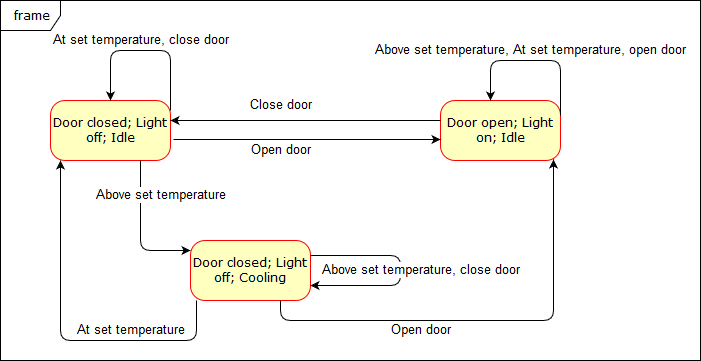
The draw.io diagram src/state diagram.png in FreezeWarp/372Groupwork-Project2, before a commit. Source tidied: cells renumbered, new cells last; positions are measured from the earlier drawing's top-left corner, leaving out a move shared by most shapes.
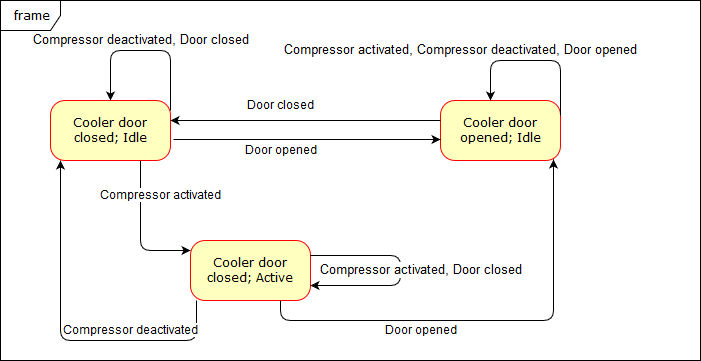
After the commit.

Commit message:
Update state table and diagram

Diff of the diagram source:
```diff
@@ -2,13 +2,13 @@
   <root>
     <mxCell id="0" />
     <mxCell id="1" parent="0" />
-    <mxCell id="2" value="Door closed; Light off; Cooling" style="rounded=1;whiteSpace=wrap;html=1;arcSize=24;fillColor=#ffffc0;strokeColor=#ff0000;shadow=0;comic=0;labelBackgroundColor=none;fontFamily=Verdana;fontSize=12;fontColor=#000000;align=center;" parent="1" vertex="1">
+    <mxCell id="2" value="Cooler door closed; Active" style="rounded=1;whiteSpace=wrap;html=1;arcSize=24;fillColor=#ffffc0;strokeColor=#ff0000;shadow=0;comic=0;labelBackgroundColor=none;fontFamily=Verdana;fontSize=12;fontColor=#000000;align=center;" parent="1" vertex="1">
       <mxGeometry x="190" y="240" width="120" height="60" as="geometry" />
     </mxCell>
-    <mxCell id="3" value="Door closed; Light off; Idle" style="rounded=1;whiteSpace=wrap;html=1;arcSize=24;fillColor=#ffffc0;strokeColor=#ff0000;shadow=0;comic=0;labelBackgroundColor=none;fontFamily=Verdana;fontSize=12;fontColor=#000000;align=center;" parent="1" vertex="1">
+    <mxCell id="3" value="Cooler door closed; Idle" style="rounded=1;whiteSpace=wrap;html=1;arcSize=24;fillColor=#ffffc0;strokeColor=#ff0000;shadow=0;comic=0;labelBackgroundColor=none;fontFamily=Verdana;fontSize=12;fontColor=#000000;align=center;" parent="1" vertex="1">
       <mxGeometry x="50" y="100" width="120" height="60" as="geometry" />
     </mxCell>
-    <mxCell id="4" value="Door open; Light on; Idle" style="rounded=1;whiteSpace=wrap;html=1;arcSize=24;fillColor=#ffffc0;strokeColor=#ff0000;shadow=0;comic=0;labelBackgroundColor=none;fontFamily=Verdana;fontSize=12;fontColor=#000000;align=center;" parent="1" vertex="1">
+    <mxCell id="4" value="Cooler door opened; Idle" style="rounded=1;whiteSpace=wrap;html=1;arcSize=24;fillColor=#ffffc0;strokeColor=#ff0000;shadow=0;comic=0;labelBackgroundColor=none;fontFamily=Verdana;fontSize=12;fontColor=#000000;align=center;" parent="1" vertex="1">
       <mxGeometry x="440" y="100" width="120" height="60" as="geometry" />
     </mxCell>
     <mxCell id="5" value="frame" style="shape=umlFrame;whiteSpace=wrap;html=1;rounded=1;shadow=0;comic=0;labelBackgroundColor=none;strokeColor=#000000;strokeWidth=1;fillColor=#ffffff;fontFamily=Verdana;fontSize=12;fontColor=#000000;align=center;" parent="1" vertex="1">
@@ -23,7 +23,7 @@
         </Array>
       </mxGeometry>
     </mxCell>
-    <mxCell id="7" value="&lt;font style=&quot;font-size: 13px&quot;&gt;At set temperature, close door&lt;br&gt;&lt;/font&gt;" style="text;html=1;align=center;verticalAlign=middle;labelBackgroundColor=#ffffff;" parent="6" vertex="1">
+    <mxCell id="7" value="&lt;font style=&quot;font-size: 13px&quot;&gt;Compressor deactivated, Door closed&lt;br&gt;&lt;/font&gt;" style="text;html=1;align=center;verticalAlign=middle;labelBackgroundColor=#ffffff;" parent="6" vertex="1">
       <mxGeometry y="4" relative="1" as="geometry">
         <mxPoint x="-5" y="-14" as="offset" />
       </mxGeometry>
@@ -37,9 +37,9 @@
         </Array>
       </mxGeometry>
     </mxCell>
-    <mxCell id="9" value="&lt;font style=&quot;font-size: 13px&quot;&gt;Above set temperature, At set temperature, open door&lt;br&gt;&lt;/font&gt;" style="text;html=1;align=center;verticalAlign=middle;labelBackgroundColor=#ffffff;" parent="8" vertex="1">
+    <mxCell id="9" value="&lt;font style=&quot;font-size: 13px&quot;&gt;Compressor activated, Compressor deactivated, Door opened&lt;br&gt;&lt;/font&gt;" style="text;html=1;align=center;verticalAlign=middle;labelBackgroundColor=#ffffff;" parent="8" vertex="1">
       <mxGeometry x="0.09" y="-1" relative="1" as="geometry">
-        <mxPoint x="5" y="-9" as="offset" />
+        <mxPoint x="-65" y="-9" as="offset" />
       </mxGeometry>
     </mxCell>
     <mxCell id="10" style="edgeStyle=segmentEdgeStyle;endArrow=classic;html=1;exitX=1;exitY=0.25;elbow=horizontal;" parent="1" edge="1" source="2" target="2">
@@ -50,7 +50,7 @@
         </Array>
       </mxGeometry>
     </mxCell>
-    <mxCell id="11" value="&lt;font style=&quot;font-size: 13px&quot;&gt;Above set temperature, close door&lt;br&gt;&lt;/font&gt;" style="text;html=1;align=center;verticalAlign=middle;labelBackgroundColor=#ffffff;" parent="10" vertex="1">
+    <mxCell id="11" value="&lt;font style=&quot;font-size: 13px&quot;&gt;Compressor activated, Door closed&lt;br&gt;&lt;/font&gt;" style="text;html=1;align=center;verticalAlign=middle;labelBackgroundColor=#ffffff;" parent="10" vertex="1">
       <mxGeometry x="-0.27" relative="1" as="geometry">
         <mxPoint x="33" y="15" as="offset" />
       </mxGeometry>
@@ -58,7 +58,7 @@
     <mxCell id="12" style="endArrow=classic;html=1;exitX=1.025;exitY=0.65;exitPerimeter=0;entryX=0;entryY=0.65;entryPerimeter=0;" parent="1" edge="1" source="3" target="4">
       <mxGeometry relative="1" as="geometry" />
     </mxCell>
-    <mxCell id="13" value="&lt;font style=&quot;font-size: 13px&quot;&gt;Open door&lt;br&gt;&lt;/font&gt;" style="text;html=1;align=center;verticalAlign=middle;labelBackgroundColor=#ffffff;" parent="12" vertex="1">
+    <mxCell id="13" value="Door opened" style="text;html=1;align=center;verticalAlign=middle;labelBackgroundColor=#ffffff;" parent="12" vertex="1">
       <mxGeometry x="-0.2" y="-1" relative="1" as="geometry">
         <mxPoint y="10" as="offset" />
       </mxGeometry>
@@ -69,7 +69,7 @@
         <mxPoint x="170" y="120" as="targetPoint" />
       </mxGeometry>
     </mxCell>
-    <mxCell id="15" value="&lt;font style=&quot;font-size: 13px&quot;&gt;Close door&lt;/font&gt;" style="text;html=1;align=center;verticalAlign=middle;labelBackgroundColor=#ffffff;" parent="14" vertex="1">
+    <mxCell id="15" value="Door closed" style="text;html=1;align=center;verticalAlign=middle;labelBackgroundColor=#ffffff;" parent="14" vertex="1">
       <mxGeometry x="0.39" y="-2" relative="1" as="geometry">
         <mxPoint x="27" y="-13" as="offset" />
       </mxGeometry>
@@ -81,7 +81,7 @@
         </Array>
       </mxGeometry>
     </mxCell>
-    <mxCell id="17" value="&lt;font style=&quot;font-size: 13px&quot;&gt;Above set temperature&lt;/font&gt;" style="text;html=1;align=center;verticalAlign=middle;labelBackgroundColor=#ffffff;" parent="16" vertex="1">
+    <mxCell id="17" value="Compressor activated" style="text;html=1;align=center;verticalAlign=middle;labelBackgroundColor=#ffffff;" parent="16" vertex="1">
       <mxGeometry x="-0.25" y="2" relative="1" as="geometry">
         <mxPoint x="18" y="-18" as="offset" />
       </mxGeometry>
@@ -94,7 +94,7 @@
         </Array>
       </mxGeometry>
     </mxCell>
-    <mxCell id="19" value="&lt;font style=&quot;font-size: 13px&quot;&gt;Open door&lt;br&gt;&lt;/font&gt;" style="text;html=1;align=center;verticalAlign=middle;labelBackgroundColor=#ffffff;" parent="18" vertex="1">
+    <mxCell id="19" value="Door opened" style="text;html=1;align=center;verticalAlign=middle;labelBackgroundColor=#ffffff;" parent="18" vertex="1">
       <mxGeometry x="-0.3" y="-4" relative="1" as="geometry">
         <mxPoint x="1" y="6" as="offset" />
       </mxGeometry>
@@ -107,7 +107,7 @@
         </Array>
       </mxGeometry>
     </mxCell>
-    <mxCell id="21" value="&lt;font style=&quot;font-size: 13px&quot;&gt;At set temperature&lt;br&gt;&lt;/font&gt;" style="text;html=1;align=center;verticalAlign=middle;labelBackgroundColor=#ffffff;" parent="20" vertex="1">
+    <mxCell id="21" value="Compressor deactivated" style="text;html=1;align=center;verticalAlign=middle;labelBackgroundColor=#ffffff;" parent="20" vertex="1">
       <mxGeometry x="-0.28" y="-1" relative="1" as="geometry">
         <mxPoint x="23" y="-9" as="offset" />
       </mxGeometry>
```
